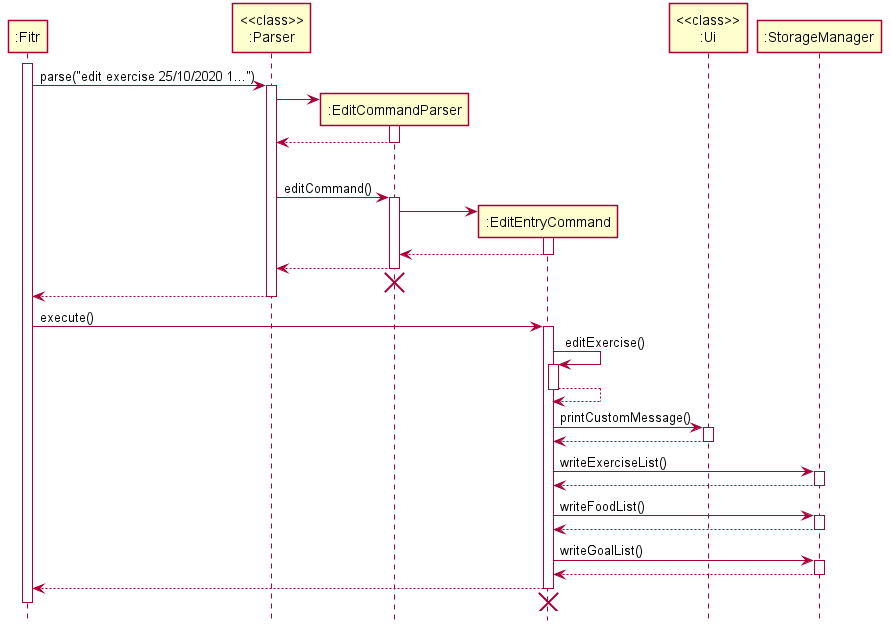
Before: docs/images/EditExerciseSequenceDiagram.png, a diagram exported from PlantUML (nus-cs2113-AY2021S1/tp). Source of this version:
```plantuml
@startuml
skinparam Shadowing false

participant ":Fitr"
participant "<<class>>\n:Parser"

activate ":Fitr"
":Fitr" -> "<<class>>\n:Parser" ++ : parse("edit exercise 25/10/2020 1...")

create ":EditCommandParser"
"<<class>>\n:Parser" -> ":EditCommandParser" ++
return

|||

"<<class>>\n:Parser" -> ":EditCommandParser" ++ : editCommand()
create ":EditEntryCommand"
":EditCommandParser" -> ":EditEntryCommand" ++
return

":EditCommandParser" --> "<<class>>\n:Parser"
deactivate ":EditCommandParser"
":EditCommandParser" -[hidden]-> "<<class>>\n:Parser"
destroy ":EditCommandParser"
return

":Fitr" -> ":EditEntryCommand" : execute()
activate ":EditEntryCommand"
":EditEntryCommand" -> ":EditEntryCommand" ++ : editExercise()
return

":EditEntryCommand" -> "<<class>>\n:Ui" ++ : printCustomMessage()
return

":EditEntryCommand" -> ":StorageManager" ++ : writeExerciseList()
return

":EditEntryCommand" -> ":StorageManager" ++ : writeFoodList()
return

":EditEntryCommand" -> ":StorageManager" ++ : writeGoalList()
return

":EditEntryCommand" --> ":Fitr"
deactivate ":EditEntryCommand"
":EditEntryCommand" -[hidden]-> ":Fitr"
destroy ":EditEntryCommand"
deactivate ":Fitr"

hide footbox
@enduml
```
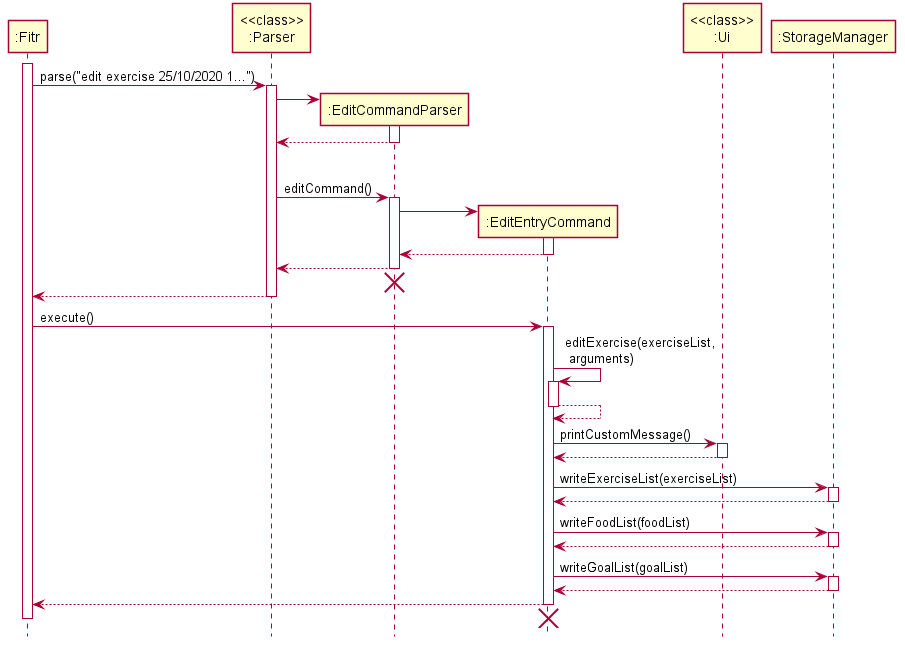
The same diagram one commit later.

Change to the diagram source:
```diff
@@ -26,19 +26,19 @@
 
 ":Fitr" -> ":EditEntryCommand" : execute()
 activate ":EditEntryCommand"
-":EditEntryCommand" -> ":EditEntryCommand" ++ : editExercise()
+":EditEntryCommand" -> ":EditEntryCommand" ++ : editExercise(exerciseList,\n arguments)
 return
 
 ":EditEntryCommand" -> "<<class>>\n:Ui" ++ : printCustomMessage()
 return
 
-":EditEntryCommand" -> ":StorageManager" ++ : writeExerciseList()
+":EditEntryCommand" -> ":StorageManager" ++ : writeExerciseList(exerciseList)
 return
 
-":EditEntryCommand" -> ":StorageManager" ++ : writeFoodList()
+":EditEntryCommand" -> ":StorageManager" ++ : writeFoodList(foodList)
 return
 
-":EditEntryCommand" -> ":StorageManager" ++ : writeGoalList()
+":EditEntryCommand" -> ":StorageManager" ++ : writeGoalList(goalList)
 return
 
 ":EditEntryCommand" --> ":Fitr"
```
